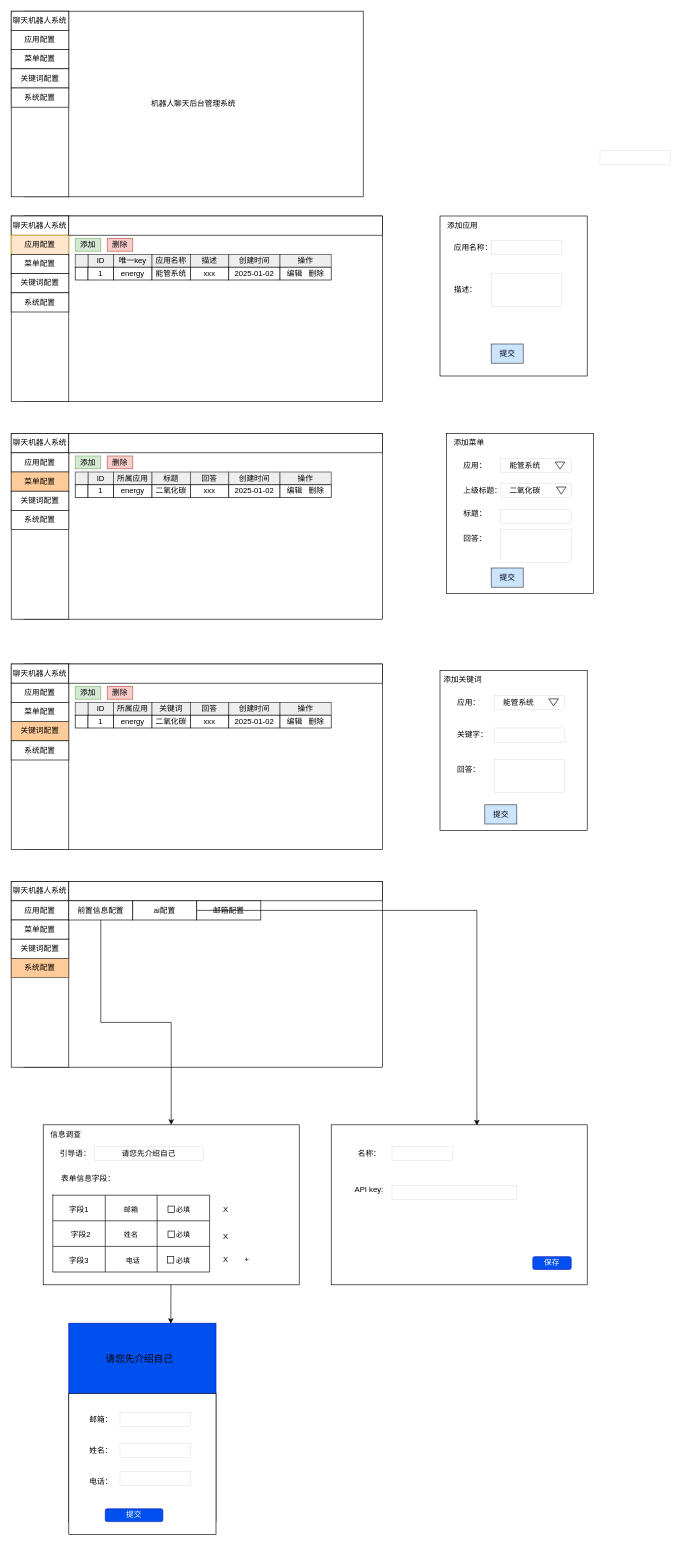
dhonor-dyj/design_docs keeps this draw.io diagram as 聊天机器人.drawio. Above is the earlier version. Source tidied: cells renumbered, new cells numbered last; positions are measured from the earlier drawing's top-left corner, leaving out a move shared by most shapes. Both pictures are drawn from the tidied source at 64%, with x=0, y=0 at pixel (11, 11).
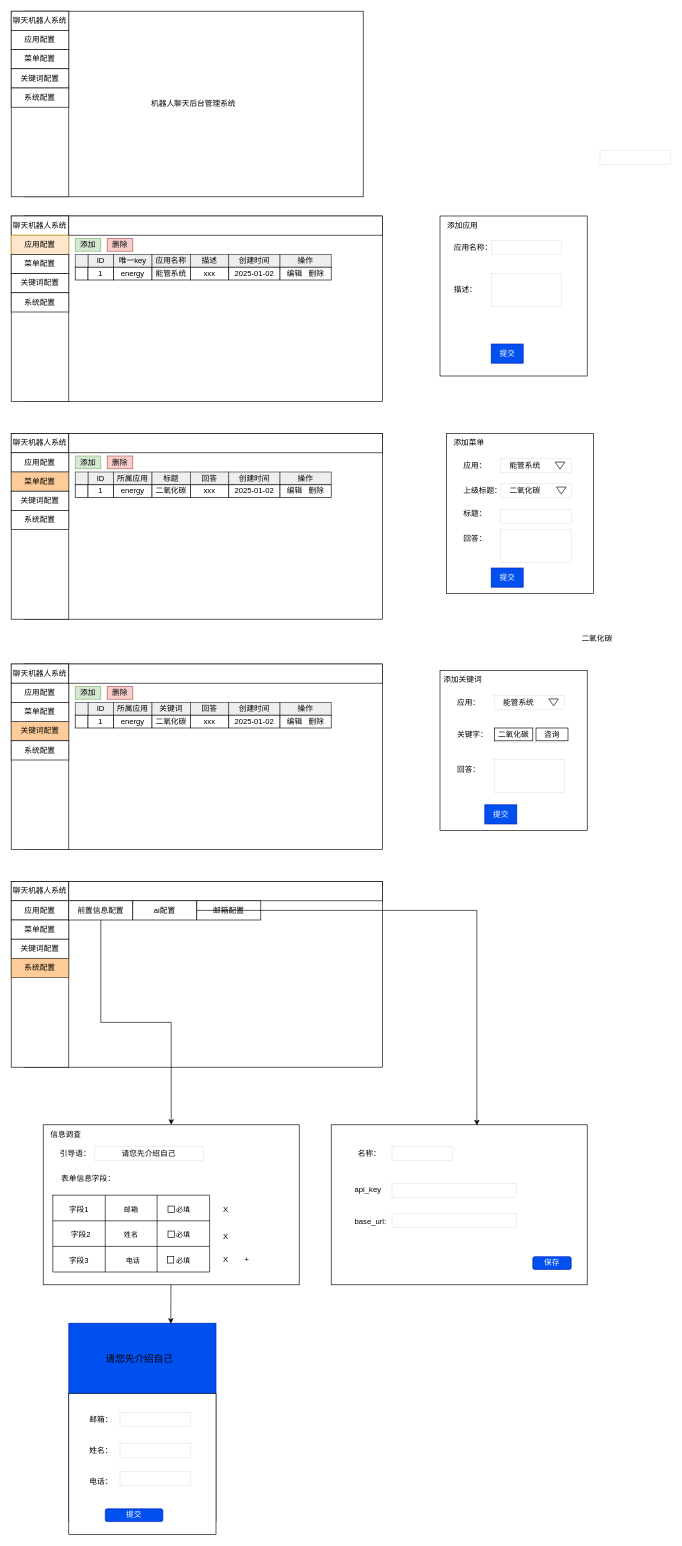
After the change.

Commit message:
更新聊天机器人.drawio

Change to the diagram source:
```diff
@@
-    <mxCell id="35" value="提交" style="text;html=1;align=center;verticalAlign=middle;strokeColor=#36393d;fillColor=#cce5ff;" parent="1" vertex="1">
+    <mxCell id="35" value="提交" style="text;html=1;align=center;verticalAlign=middle;strokeColor=#001DBC;fillColor=#0050ef;fontColor=#ffffff;" parent="1" vertex="1">
       <mxGeometry x="750" y="520" width="50" height="30" as="geometry" />
     </mxCell>
@@
-    <mxCell id="79" value="提交" style="text;html=1;align=center;verticalAlign=middle;strokeColor=#36393d;fillColor=#cce5ff;" parent="1" vertex="1">
+    <mxCell id="79" value="提交" style="text;html=1;align=center;verticalAlign=middle;strokeColor=#001DBC;fillColor=#0050ef;fontColor=#ffffff;" parent="1" vertex="1">
       <mxGeometry x="750" y="870" width="50" height="30" as="geometry" />
     </mxCell>
@@
-    <mxCell id="114" value="提交" style="text;html=1;align=center;verticalAlign=middle;strokeColor=#36393d;fillColor=#cce5ff;" parent="1" vertex="1">
+    <mxCell id="114" value="提交" style="text;html=1;align=center;verticalAlign=middle;strokeColor=#001DBC;fillColor=#0050ef;fontColor=#ffffff;" parent="1" vertex="1">
       <mxGeometry x="740" y="1240" width="50" height="30" as="geometry" />
     </mxCell>
@@
-    <mxCell id="172" value="API key:" style="text;html=1;align=left;verticalAlign=middle;strokeColor=none;fillColor=none;" parent="1" vertex="1">
-      <mxGeometry x="535" y="1827" width="70" height="30" as="geometry" />
+    <mxCell id="172" value="api_key" style="text;html=1;align=left;verticalAlign=middle;strokeColor=none;fillColor=none;" parent="1" vertex="1">
+      <mxGeometry x="535" y="1827" width="60" height="30" as="geometry" />
     </mxCell>
@@
     <mxCell id="174" style="whiteSpace=wrap;html=1;strokeWidth=0;" parent="1" vertex="1">
-      <mxGeometry x="595" y="1835" width="195" height="22" as="geometry" />
+      <mxGeometry x="595" y="1831" width="195" height="22" as="geometry" />
     </mxCell>
@@
+    <mxCell id="176" value="base_url:" style="text;html=1;align=left;verticalAlign=middle;strokeColor=none;fillColor=none;" parent="1" vertex="1">
+      <mxGeometry x="535" y="1876" width="70" height="30" as="geometry" />
+    </mxCell>
+    <mxCell id="177" style="whiteSpace=wrap;html=1;strokeWidth=0;" parent="1" vertex="1">
+      <mxGeometry x="595" y="1878" width="195" height="22" as="geometry" />
+    </mxCell>
+    <mxCell id="178" value="二氧化碳" style="text;html=1;align=center;verticalAlign=middle;strokeColor=none;fillColor=none;" parent="1" vertex="1">
+      <mxGeometry x="880" y="965" width="70" height="30" as="geometry" />
+    </mxCell>
+    <mxCell id="179" value="二氧化碳" style="whiteSpace=wrap;html=1;" parent="1" vertex="1">
+      <mxGeometry x="755" y="1120" width="60" height="20" as="geometry" />
+    </mxCell>
+    <mxCell id="180" value="咨询" style="whiteSpace=wrap;html=1;" parent="1" vertex="1">
+      <mxGeometry x="820" y="1120" width="50" height="20" as="geometry" />
+    </mxCell>
```
